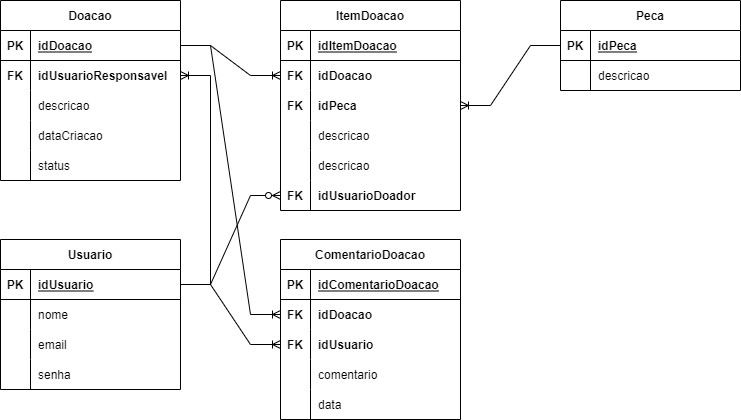
Before: docs/diagramas/diagramas-esquema relacional.drawio.png, a diagram exported from draw.io (ICEI-PUC-Minas-PMV-ADS/pmv-ads-2022-1-e2-proj-int-t1-skate-para-todos). Source tidied: cells renumbered, new cells last; positions are measured from the earlier drawing's top-left corner, leaving out a move shared by most shapes.
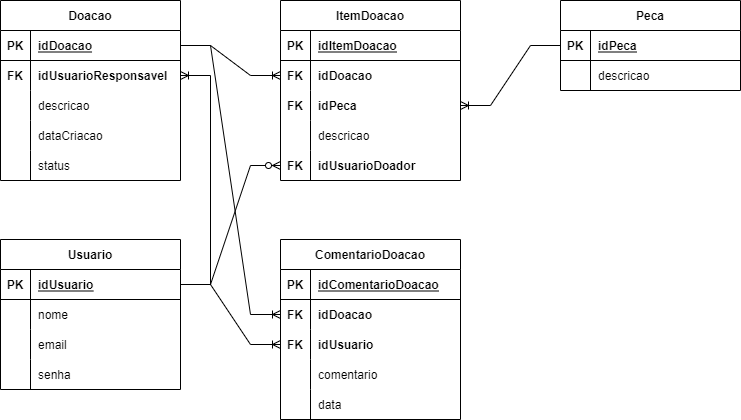
After the commit.

Commit message:
diagrama-classes.drawio: diagrama de classes e esquema relacional

The edit, as a diff of the source:
```diff
@@ -51,7 +51,7 @@
       <mxGeometry x="30" width="150" height="30" as="geometry" />
     </mxCell>
     <mxCell id="18" value="ItemDoacao" style="shape=table;startSize=30;rowLines=0;fontStyle=1;align=center;" parent="1" vertex="1">
-      <mxGeometry x="280" width="180" height="210" as="geometry" />
+      <mxGeometry x="280" width="180" height="180" as="geometry" />
     </mxCell>
     <mxCell id="19" style="shape=tableRow;horizontal=0;startSize=0;swimlaneHead=0;swimlaneBody=0;fillColor=none;top=0;left=0;right=0;bottom=1;" parent="18" vertex="1">
       <mxGeometry y="30" width="180" height="30" as="geometry" />
@@ -89,17 +89,8 @@
     <mxCell id="30" value="descricao" style="shape=partialRectangle;fillColor=none;top=0;left=0;bottom=0;right=0;align=left;spacingLeft=6;overflow=hidden;" parent="28" vertex="1">
       <mxGeometry x="30" width="150" height="30" as="geometry" />
     </mxCell>
-    <mxCell id="31" style="shape=tableRow;horizontal=0;startSize=0;swimlaneHead=0;swimlaneBody=0;fillColor=none;top=0;left=0;right=0;bottom=0;" parent="18" vertex="1">
-      <mxGeometry y="150" width="180" height="30" as="geometry" />
-    </mxCell>
-    <mxCell id="32" style="shape=partialRectangle;fillColor=none;top=0;left=0;bottom=0;right=0;overflow=hidden;" parent="31" vertex="1">
-      <mxGeometry width="30" height="30" as="geometry" />
-    </mxCell>
-    <mxCell id="33" value="descricao" style="shape=partialRectangle;fillColor=none;top=0;left=0;bottom=0;right=0;align=left;spacingLeft=6;overflow=hidden;" parent="31" vertex="1">
-      <mxGeometry x="30" width="150" height="30" as="geometry" />
-    </mxCell>
     <mxCell id="34" style="shape=tableRow;horizontal=0;startSize=0;swimlaneHead=0;swimlaneBody=0;fillColor=none;points=[[0,0.5],[1,0.5]];portConstraint=eastwest;top=0;left=0;right=0;bottom=0;fontStyle=1;" parent="18" vertex="1">
-      <mxGeometry y="180" width="180" height="30" as="geometry" />
+      <mxGeometry y="150" width="180" height="30" as="geometry" />
     </mxCell>
     <mxCell id="35" value="FK" style="shape=partialRectangle;fillColor=none;top=0;left=0;bottom=0;right=0;overflow=hidden;fontStyle=1;" parent="34" vertex="1">
       <mxGeometry width="30" height="30" as="geometry" />
```
